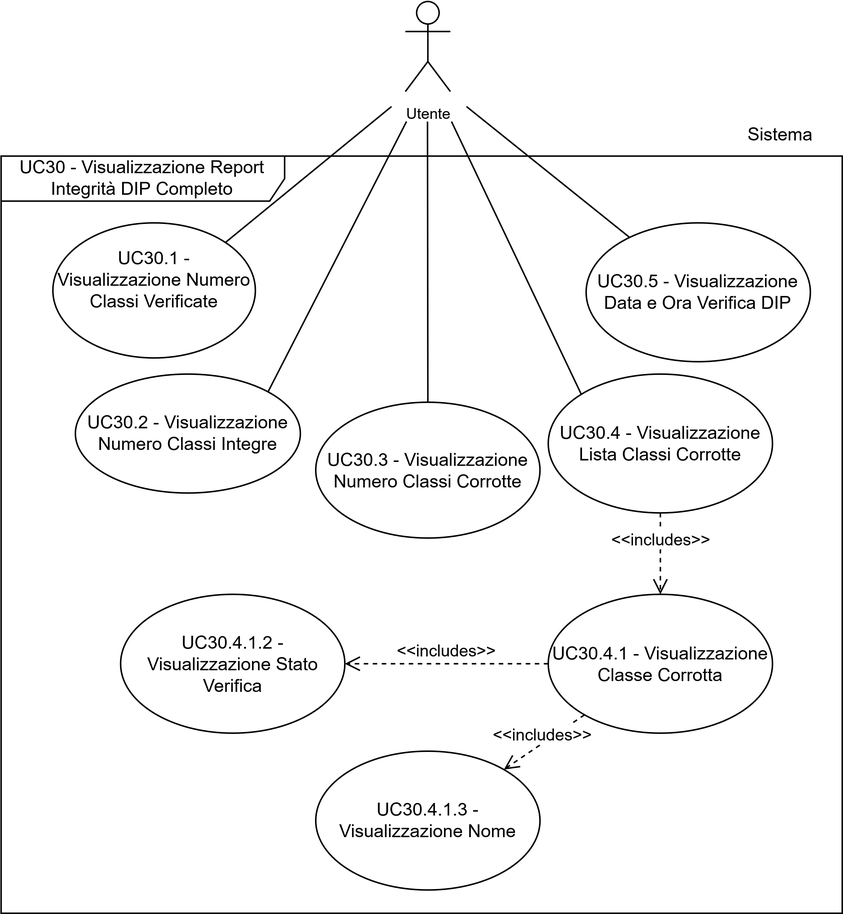
7-ZPUs/Docs keeps this draw.io diagram as assets/uml/UC30INC.png. Above is the earlier version. Source tidied: cells renumbered, new cells last; positions are measured from the earlier drawing's top-left corner, leaving out a move shared by most shapes.
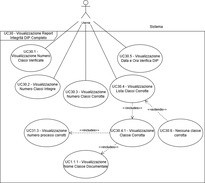
The same diagram one commit later.

What changed in the source:
```diff
@@ -14,7 +14,7 @@
       <mxGeometry x="269.8" y="0.5" width="30" height="60" as="geometry" />
     </mxCell>
     <mxCell id="5" value="&lt;span&gt;UC30 - Visualizzazione Report Integrità DIP Completo&lt;/span&gt;" style="shape=umlFrame;whiteSpace=wrap;html=1;width=189;height=30;" parent="1" vertex="1">
-      <mxGeometry x="0.2" y="103.5" width="560.8" height="504.5" as="geometry" />
+      <mxGeometry x="0.2" y="103.5" width="680.8" height="504.5" as="geometry" />
     </mxCell>
     <mxCell id="6" value=" UC30.2 - Visualizzazione Numero Classi Integre" style="ellipse;whiteSpace=wrap;html=1;" parent="1" vertex="1">
       <mxGeometry x="49.8" y="248.8" width="150" height="79.2" as="geometry" />
@@ -54,10 +54,10 @@
     <mxCell id="15" value="UC30.4.1 - Visualizzazione Classe Corrotta" style="ellipse;whiteSpace=wrap;html=1;" parent="1" vertex="1">
       <mxGeometry x="365" y="395.5" width="149.5" height="92.5" as="geometry" />
     </mxCell>
-    <mxCell id="16" value="UC30.4.1.3 - Visualizzazione Nome" style="ellipse;whiteSpace=wrap;html=1;" parent="1" vertex="1">
+    <mxCell id="16" value="UC1.1.1 - Visualizzazione Nome Classe Documentale" style="ellipse;whiteSpace=wrap;html=1;" parent="1" vertex="1">
       <mxGeometry x="210" y="500" width="149.5" height="92.5" as="geometry" />
     </mxCell>
-    <mxCell id="17" value="&lt;div&gt;UC30.4.1.2 - Visualizzazione Stato&lt;/div&gt;&lt;div&gt;Verifica&lt;/div&gt;" style="ellipse;whiteSpace=wrap;html=1;" parent="1" vertex="1">
+    <mxCell id="17" value="&lt;div&gt;UC31.3 - Visualizzazione numero processi corrotti&lt;/div&gt;" style="ellipse;whiteSpace=wrap;html=1;" parent="1" vertex="1">
       <mxGeometry x="79.9" y="395.5" width="149.5" height="92.5" as="geometry" />
     </mxCell>
     <mxCell id="18" value="&amp;lt;&amp;lt;includes&amp;gt;&amp;gt;" style="html=1;verticalAlign=bottom;endArrow=open;dashed=1;endSize=8;curved=0;rounded=0;" parent="1" edge="1" source="11" target="15">
@@ -69,5 +69,14 @@
     <mxCell id="20" value="&amp;lt;&amp;lt;includes&amp;gt;&amp;gt;" style="html=1;verticalAlign=bottom;endArrow=open;dashed=1;endSize=8;curved=0;rounded=0;" parent="1" edge="1" source="15" target="16">
       <mxGeometry x="0.1" y="3" relative="1" as="geometry" />
     </mxCell>
+    <mxCell id="21" style="rounded=0;jettySize=auto;html=1;endArrow=open;endFill=0;dashed=1;endSize=8;" parent="1" edge="1" source="23" target="11">
+      <mxGeometry relative="1" as="geometry" />
+    </mxCell>
+    <mxCell id="22" value="&amp;lt;&amp;lt;extends&amp;gt;&amp;gt;" style="edgeLabel;html=1;align=center;verticalAlign=middle;" parent="21" vertex="1">
+      <mxGeometry x="0.04" y="-4" relative="1" as="geometry" />
+    </mxCell>
+    <mxCell id="23" value="UC30.6 - Nessuna classe corrotta" style="ellipse;whiteSpace=wrap;html=1;" parent="1" vertex="1">
+      <mxGeometry x="525.2" y="395.5" width="149.5" height="92.5" as="geometry" />
+    </mxCell>
   </root>
 </mxGraphModel>
```
